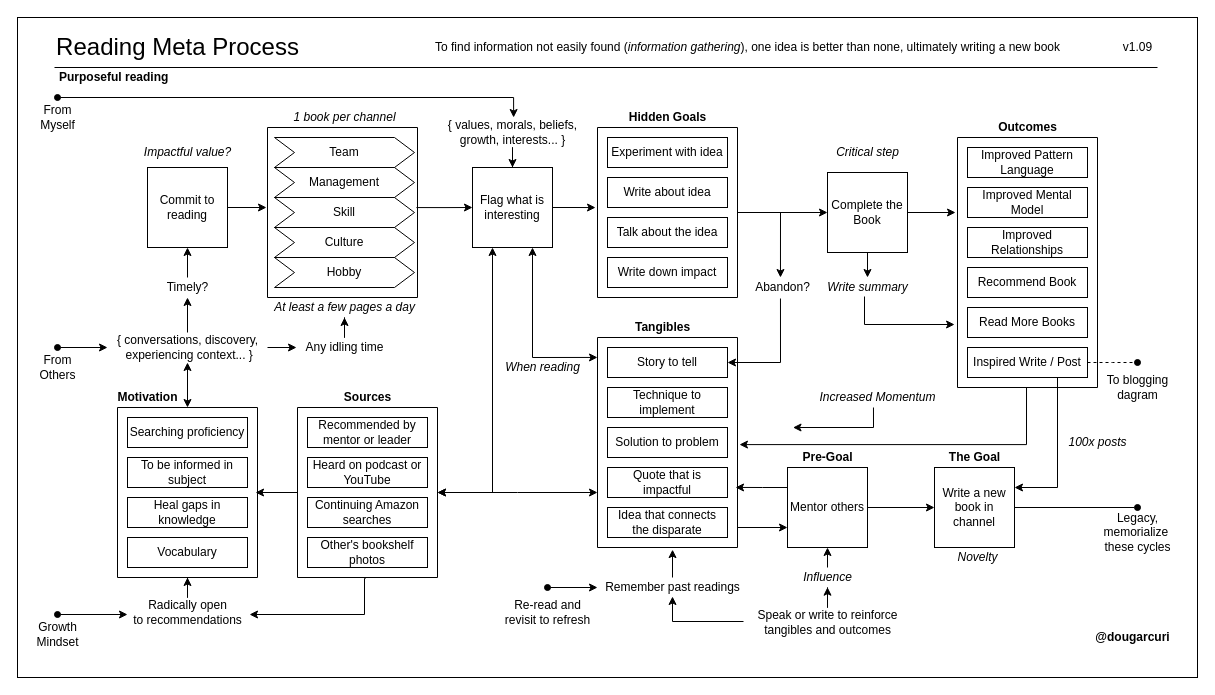
Before: page "reading-process" (1 of 8) of books/diagrams/reading-process.drawio in solidi/learning-notes, a draw.io diagram. Source tidied: cells renumbered, new cells numbered last; positions are measured from the earlier drawing's top-left corner, leaving out a move shared by most shapes. Both pictures are drawn from the tidied source at 100%, with x=0, y=0 at pixel (17, 17).
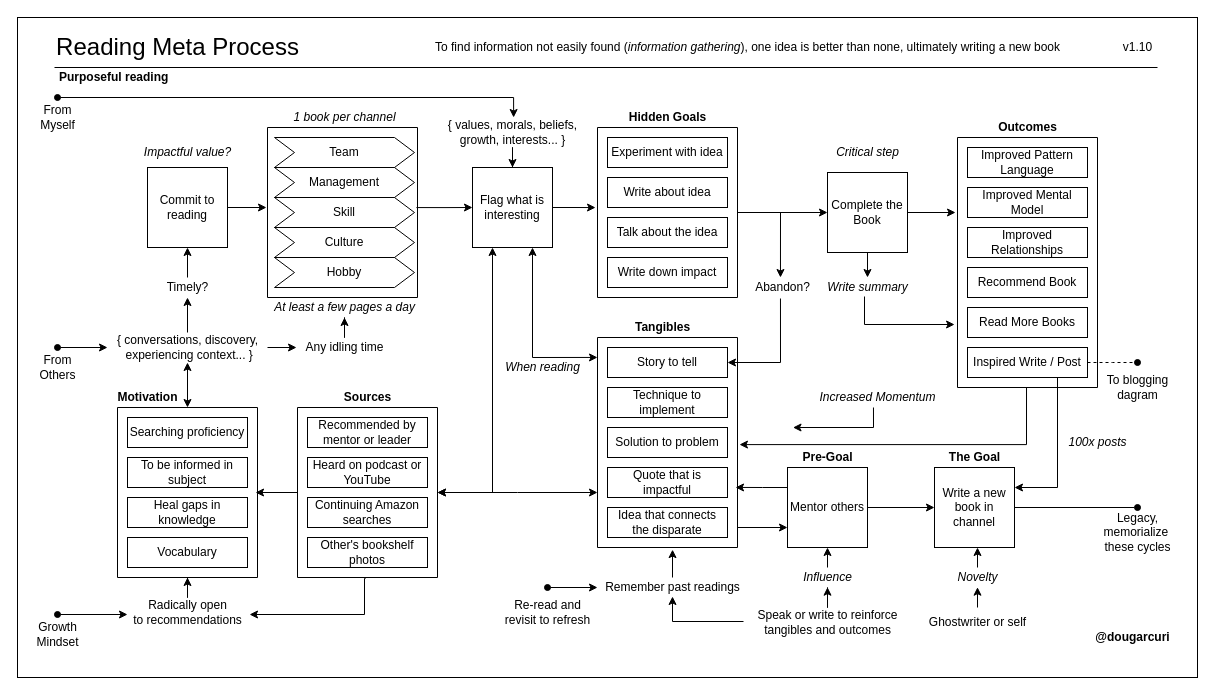
The same page after the edit.

Commit message (it also covers changes not shown here):
Add ghostwriter to creating a book

Change to the diagram source:
```diff
@@
-    <mxCell id="21" value="v1.09" style="text;html=1;align=center;verticalAlign=middle;" parent="1" vertex="1">
+    <mxCell id="21" value="v1.10" style="text;html=1;align=center;verticalAlign=middle;" parent="1" vertex="1">
       <mxGeometry x="1100" y="20" width="40" height="20" as="geometry" />
     </mxCell>
@@
-    <mxCell id="97" value="&lt;i&gt;Novelty&lt;/i&gt;" style="text;html=1;align=center;verticalAlign=middle;points=[];" parent="1" vertex="1">
-      <mxGeometry x="930" y="530" width="60" height="20" as="geometry" />
-    </mxCell>
@@
+    <mxCell id="116" value="Ghostwriter or self" style="text;html=1;align=center;verticalAlign=middle;" parent="1" vertex="1">
+      <mxGeometry x="905" y="595" width="110" height="20" as="geometry" />
+    </mxCell>
+    <mxCell id="117" style="edgeStyle=orthogonalEdgeStyle;rounded=0;jettySize=auto;html=1;entryX=0.5;entryY=0.985;entryDx=0;entryDy=0;entryPerimeter=0;startArrow=none;startFill=0;endArrow=classic;endFill=1;" parent="1" edge="1" source="97">
+      <mxGeometry relative="1" as="geometry">
+        <mxPoint x="960" y="530" as="targetPoint" />
+      </mxGeometry>
+    </mxCell>
+    <mxCell id="97" value="&lt;i&gt;Novelty&lt;/i&gt;" style="text;html=1;align=center;verticalAlign=middle;points=[];" parent="1" vertex="1">
+      <mxGeometry x="930" y="550" width="60" height="20" as="geometry" />
+    </mxCell>
+    <mxCell id="118" style="edgeStyle=orthogonalEdgeStyle;rounded=0;jettySize=auto;html=1;entryX=0.5;entryY=0.985;entryDx=0;entryDy=0;entryPerimeter=0;startArrow=none;startFill=0;endArrow=classic;endFill=1;" parent="1" edge="1" target="97">
+      <mxGeometry relative="1" as="geometry">
+        <mxPoint x="960" y="590" as="sourcePoint" />
+      </mxGeometry>
+    </mxCell>
```
